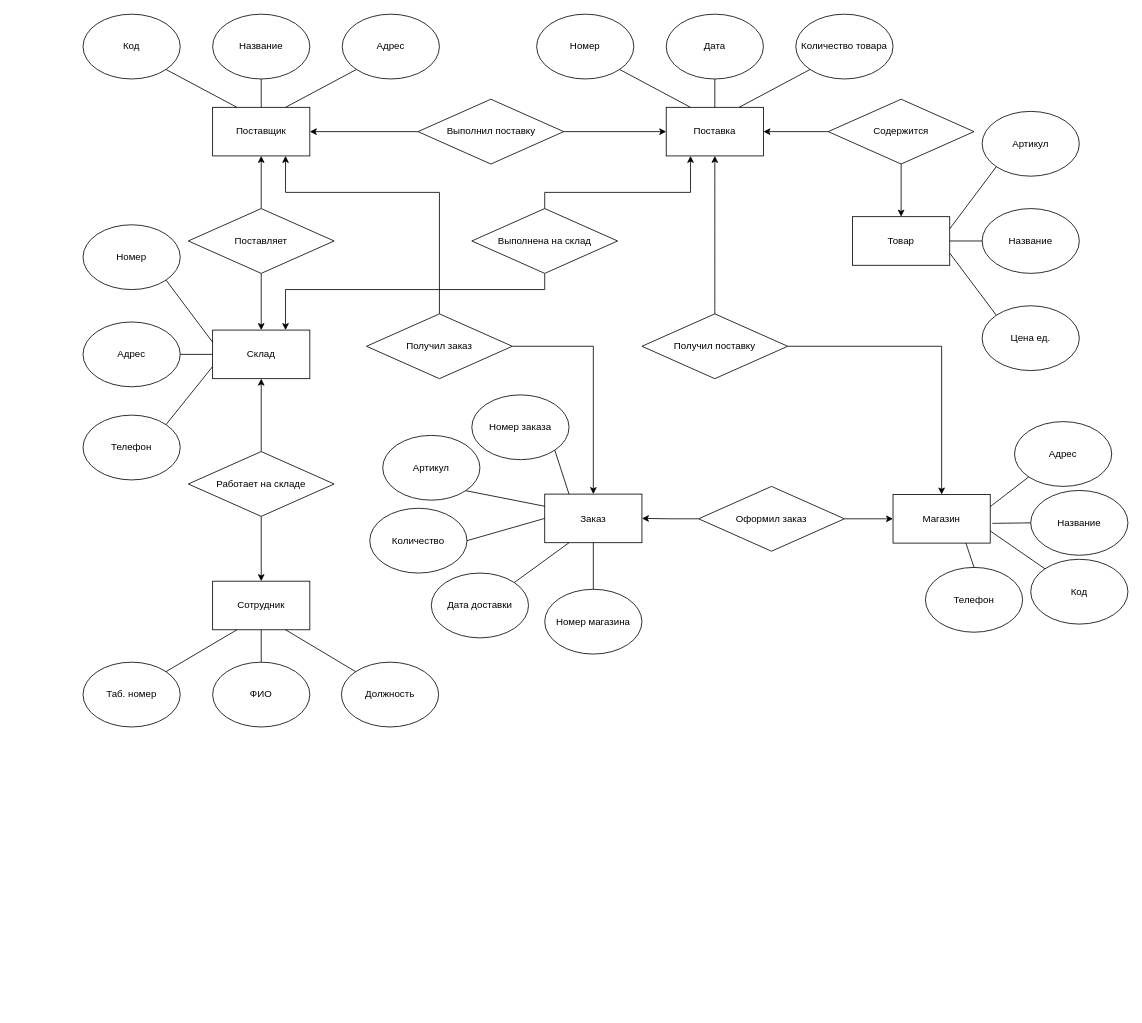
Earlier version of the draw.io diagram Untitled Diagram.drawio (polina-shimolina/OpenWeatherMap1). Source tidied: cells renumbered, new cells numbered last; positions are measured from the earlier drawing's top-left corner, leaving out a move shared by most shapes. Both pictures are drawn from the tidied source at 81%, with x=0, y=0 at pixel (83, 14).
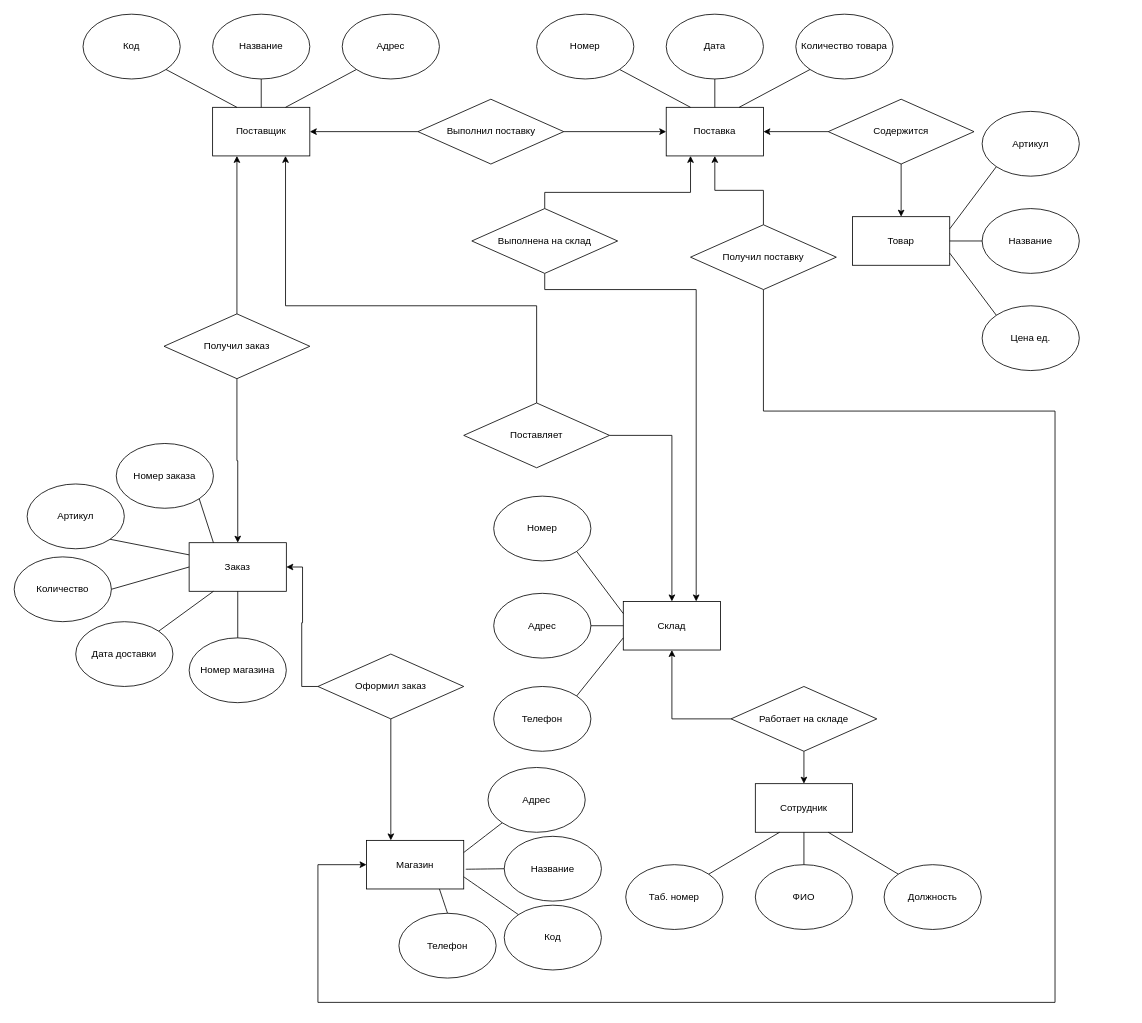
The same diagram, later.

Unchanged cells that the change refers to:
```xml
<mxCell id="6" value="Склад" style="rounded=0;whiteSpace=wrap;html=1;" parent="5" vertex="1">
  <mxGeometry x="160" y="130" width="120" height="60" as="geometry" />
</mxCell>
<mxCell id="20" value="Поставка" style="rounded=0;whiteSpace=wrap;html=1;" parent="19" vertex="1">
  <mxGeometry x="160" y="115" width="120" height="60" as="geometry" />
</mxCell>
<mxCell id="28" value="Поставщик" style="rounded=0;whiteSpace=wrap;html=1;" parent="27" vertex="1">
  <mxGeometry x="160" y="115" width="120" height="60" as="geometry" />
</mxCell>
<mxCell id="48" value="Выполнена на склад" style="rhombus;whiteSpace=wrap;html=1;" parent="1" vertex="1">
  <mxGeometry x="480" y="240" width="180" height="80" as="geometry" />
</mxCell>
<mxCell id="50" value="Магазин" style="rounded=0;whiteSpace=wrap;html=1;" parent="49" vertex="1">
  <mxGeometry y="90" width="120" height="60" as="geometry" />
</mxCell>
```

What changed in the source:
```diff
@@
     <mxCell id="5" style="group;" parent="1" vertex="1">
-      <mxGeometry y="260" width="320" height="315" as="geometry" />
+      <mxGeometry x="507" y="595" width="320" height="315" as="geometry" />
     </mxCell>
@@
+    <mxCell id="14" style="edgeStyle=orthogonalEdgeStyle;rounded=0;jettySize=auto;html=1;entryX=0.5;entryY=0;entryDx=0;entryDy=0;" parent="1" edge="1" source="15" target="6">
+      <mxGeometry relative="1" as="geometry" />
+    </mxCell>
-    <mxCell id="13" style="edgeStyle=orthogonalEdgeStyle;rounded=0;jettySize=auto;html=1;entryX=0.5;entryY=1;entryDx=0;entryDy=0;" parent="1" edge="1" source="15" target="28">
-      <mxGeometry relative="1" as="geometry" />
+    <mxCell id="13" style="edgeStyle=orthogonalEdgeStyle;rounded=0;jettySize=auto;html=1;entryX=0.75;entryY=1;entryDx=0;entryDy=0;exitX=0.5;exitY=0;exitDx=0;exitDy=0;" parent="1" edge="1" source="15" target="28">
+      <mxGeometry relative="1" as="geometry">
+        <Array as="points">
+          <mxPoint x="560" y="360" />
+          <mxPoint x="250" y="360" />
+        </Array>
+      </mxGeometry>
     </mxCell>
-    <mxCell id="14" style="edgeStyle=orthogonalEdgeStyle;rounded=0;jettySize=auto;html=1;entryX=0.5;entryY=0;entryDx=0;entryDy=0;" parent="1" edge="1" source="15" target="6">
-      <mxGeometry relative="1" as="geometry" />
-    </mxCell>
     <mxCell id="15" value="Поставляет" style="rhombus;whiteSpace=wrap;html=1;" parent="1" vertex="1">
-      <mxGeometry x="130" y="240" width="180" height="80" as="geometry" />
+      <mxGeometry x="470" y="480" width="180" height="80" as="geometry" />
     </mxCell>
@@
-    <mxCell id="17" style="edgeStyle=orthogonalEdgeStyle;rounded=0;jettySize=auto;html=1;entryX=0.75;entryY=1;entryDx=0;entryDy=0;" parent="1" edge="1" source="18" target="28">
-      <mxGeometry relative="1" as="geometry">
-        <Array as="points">
-          <mxPoint x="440" y="220" />
-          <mxPoint x="250" y="220" />
-        </Array>
-      </mxGeometry>
+    <mxCell id="17" style="edgeStyle=orthogonalEdgeStyle;rounded=0;jettySize=auto;html=1;entryX=0.25;entryY=1;entryDx=0;entryDy=0;" parent="1" edge="1" source="18" target="28">
+      <mxGeometry relative="1" as="geometry" />
     </mxCell>
     <mxCell id="18" value="Получил заказ" style="rhombus;whiteSpace=wrap;html=1;" parent="1" vertex="1">
-      <mxGeometry x="350" y="370" width="180" height="80" as="geometry" />
+      <mxGeometry x="100" y="370" width="180" height="80" as="geometry" />
     </mxCell>
@@
     <mxCell id="47" style="edgeStyle=orthogonalEdgeStyle;rounded=0;jettySize=auto;html=1;entryX=0.75;entryY=0;entryDx=0;entryDy=0;" parent="1" edge="1" source="48" target="6">
       <mxGeometry relative="1" as="geometry">
         <Array as="points">
           <mxPoint x="570" y="340" />
-          <mxPoint x="250" y="340" />
+          <mxPoint x="757" y="340" />
         </Array>
       </mxGeometry>
     </mxCell>
@@
     <mxCell id="49" style="group;" parent="1" vertex="1">
-      <mxGeometry x="1000" y="503" width="290" height="260" as="geometry" />
+      <mxGeometry x="350" y="930" width="290" height="260" as="geometry" />
     </mxCell>
@@
-    <mxCell id="59" style="edgeStyle=orthogonalEdgeStyle;curved=1;rounded=0;jettySize=auto;html=1;entryX=0.5;entryY=1;entryDx=0;entryDy=0;" parent="1" edge="1" source="61" target="20">
+    <mxCell id="59" style="edgeStyle=orthogonalEdgeStyle;rounded=0;jettySize=auto;html=1;entryX=0.5;entryY=1;entryDx=0;entryDy=0;" parent="1" edge="1" source="61" target="20">
       <mxGeometry relative="1" as="geometry" />
     </mxCell>
-    <mxCell id="60" style="edgeStyle=orthogonalEdgeStyle;rounded=0;jettySize=auto;html=1;entryX=0.5;entryY=0;entryDx=0;entryDy=0;" parent="1" edge="1" source="61" target="50">
-      <mxGeometry relative="1" as="geometry" />
+    <mxCell id="60" style="edgeStyle=orthogonalEdgeStyle;rounded=0;jettySize=auto;html=1;entryX=0;entryY=0.5;entryDx=0;entryDy=0;exitX=0.5;exitY=1;exitDx=0;exitDy=0;" parent="1" edge="1" source="61" target="50">
+      <mxGeometry relative="1" as="geometry">
+        <Array as="points">
+          <mxPoint x="840" y="490" />
+          <mxPoint x="1200" y="490" />
+          <mxPoint x="1200" y="1220" />
+          <mxPoint x="290" y="1220" />
+          <mxPoint x="290" y="1050" />
+        </Array>
+      </mxGeometry>
     </mxCell>
     <mxCell id="61" value="Получил поставку" style="rhombus;whiteSpace=wrap;html=1;" parent="1" vertex="1">
-      <mxGeometry x="690" y="370" width="180" height="80" as="geometry" />
+      <mxGeometry x="750" y="260" width="180" height="80" as="geometry" />
     </mxCell>
     <mxCell id="62" style="group;" parent="1" vertex="1">
-      <mxGeometry y="700" width="439" height="180" as="geometry" />
+      <mxGeometry x="670" y="950" width="439" height="180" as="geometry" />
     </mxCell>
@@
     <mxCell id="72" value="Работает на складе" style="rhombus;whiteSpace=wrap;html=1;" parent="1" vertex="1">
-      <mxGeometry x="130" y="540" width="180" height="80" as="geometry" />
+      <mxGeometry x="800" y="830" width="180" height="80" as="geometry" />
     </mxCell>
+    <mxCell id="85" style="edgeStyle=orthogonalEdgeStyle;rounded=0;jettySize=auto;html=1;entryX=1;entryY=0.5;entryDx=0;entryDy=0;" parent="1" edge="1" source="86" target="73">
+      <mxGeometry relative="1" as="geometry" />
+    </mxCell>
+    <mxCell id="84" style="edgeStyle=orthogonalEdgeStyle;rounded=0;jettySize=auto;html=1;entryX=0.25;entryY=0;entryDx=0;entryDy=0;" parent="1" edge="1" source="86" target="50">
+      <mxGeometry relative="1" as="geometry" />
+    </mxCell>
+    <mxCell id="86" value="Оформил заказ" style="rhombus;whiteSpace=wrap;html=1;" parent="1" vertex="1">
+      <mxGeometry x="290" y="790" width="180" height="80" as="geometry" />
+    </mxCell>
+    <mxCell id="87" style="group;" parent="1" vertex="1">
+      <mxGeometry x="-85" y="530" width="336" height="320" as="geometry" />
+    </mxCell>
-    <mxCell id="73" value="Заказ" style="rounded=0;whiteSpace=wrap;html=1;" parent="1" vertex="1">
-      <mxGeometry x="570" y="592.5" width="120" height="60" as="geometry" />
+    <mxCell id="73" value="Заказ" style="rounded=0;whiteSpace=wrap;html=1;" parent="87" vertex="1">
+      <mxGeometry x="216" y="122.5" width="120" height="60" as="geometry" />
     </mxCell>
-    <mxCell id="74" value="Артикул" style="ellipse;whiteSpace=wrap;html=1;" parent="1" vertex="1">
-      <mxGeometry x="370" y="520" width="120" height="80" as="geometry" />
+    <mxCell id="74" value="Артикул" style="ellipse;whiteSpace=wrap;html=1;" parent="87" vertex="1">
+      <mxGeometry x="16" y="50" width="120" height="80" as="geometry" />
     </mxCell>
-    <mxCell id="75" value="Номер заказа" style="ellipse;whiteSpace=wrap;html=1;" parent="1" vertex="1">
-      <mxGeometry x="480" y="470" width="120" height="80" as="geometry" />
+    <mxCell id="75" value="Номер заказа" style="ellipse;whiteSpace=wrap;html=1;" parent="87" vertex="1">
+      <mxGeometry x="126" width="120" height="80" as="geometry" />
     </mxCell>
-    <mxCell id="76" value="Количество" style="ellipse;whiteSpace=wrap;html=1;" parent="1" vertex="1">
-      <mxGeometry x="354" y="610" width="120" height="80" as="geometry" />
+    <mxCell id="76" value="Количество" style="ellipse;whiteSpace=wrap;html=1;" parent="87" vertex="1">
+      <mxGeometry y="140" width="120" height="80" as="geometry" />
     </mxCell>
-    <mxCell id="77" value="Номер магазина" style="ellipse;whiteSpace=wrap;html=1;" parent="1" vertex="1">
-      <mxGeometry x="570" y="710" width="120" height="80" as="geometry" />
+    <mxCell id="77" value="Номер магазина" style="ellipse;whiteSpace=wrap;html=1;" parent="87" vertex="1">
+      <mxGeometry x="216" y="240" width="120" height="80" as="geometry" />
     </mxCell>
-    <mxCell id="78" value="Дата доставки" style="ellipse;whiteSpace=wrap;html=1;" parent="1" vertex="1">
-      <mxGeometry x="430" y="690" width="120" height="80" as="geometry" />
+    <mxCell id="78" value="Дата доставки" style="ellipse;whiteSpace=wrap;html=1;" parent="87" vertex="1">
+      <mxGeometry x="76" y="220" width="120" height="80" as="geometry" />
     </mxCell>
-    <mxCell id="79" style="endArrow=none;html=1;rounded=0;entryX=1;entryY=1;entryDx=0;entryDy=0;exitX=0.25;exitY=0;exitDx=0;exitDy=0;" parent="1" edge="1" source="73" target="75">
-      <mxGeometry x="570" y="542.5" as="geometry" />
-    </mxCell>
-    <mxCell id="80" style="endArrow=none;html=1;rounded=0;entryX=1;entryY=1;entryDx=0;entryDy=0;exitX=0;exitY=0.25;exitDx=0;exitDy=0;" parent="1" edge="1" source="73" target="74">
-      <mxGeometry x="570" y="542.5" as="geometry" />
+    <mxCell id="80" style="endArrow=none;html=1;rounded=0;entryX=1;entryY=1;entryDx=0;entryDy=0;exitX=0;exitY=0.25;exitDx=0;exitDy=0;" parent="87" edge="1" source="73" target="74">
+      <mxGeometry x="216" y="-7.5" as="geometry" />
     </mxCell>
-    <mxCell id="81" style="endArrow=none;html=1;rounded=0;entryX=1;entryY=0.5;entryDx=0;entryDy=0;exitX=0;exitY=0.5;exitDx=0;exitDy=0;" parent="1" edge="1" source="73" target="76">
-      <mxGeometry x="570" y="542.5" as="geometry" />
+    <mxCell id="81" style="endArrow=none;html=1;rounded=0;entryX=1;entryY=0.5;entryDx=0;entryDy=0;exitX=0;exitY=0.5;exitDx=0;exitDy=0;" parent="87" edge="1" source="73" target="76">
+      <mxGeometry x="216" y="-7.5" as="geometry" />
     </mxCell>
-    <mxCell id="82" style="endArrow=none;html=1;rounded=0;entryX=0.5;entryY=0;entryDx=0;entryDy=0;exitX=0.5;exitY=1;exitDx=0;exitDy=0;" parent="1" edge="1" source="73" target="77">
-      <mxGeometry x="570" y="542.5" as="geometry" />
+    <mxCell id="82" style="endArrow=none;html=1;rounded=0;entryX=0.5;entryY=0;entryDx=0;entryDy=0;exitX=0.5;exitY=1;exitDx=0;exitDy=0;" parent="87" edge="1" source="73" target="77">
+      <mxGeometry x="216" y="-7.5" as="geometry" />
     </mxCell>
-    <mxCell id="83" style="endArrow=none;html=1;rounded=0;entryX=0.25;entryY=1;entryDx=0;entryDy=0;exitX=1;exitY=0;exitDx=0;exitDy=0;" parent="1" edge="1" source="78" target="73">
-      <mxGeometry x="570" y="542.5" as="geometry" />
+    <mxCell id="83" style="endArrow=none;html=1;rounded=0;entryX=0.25;entryY=1;entryDx=0;entryDy=0;exitX=1;exitY=0;exitDx=0;exitDy=0;" parent="87" edge="1" source="78" target="73">
+      <mxGeometry x="216" y="-7.5" as="geometry" />
     </mxCell>
-    <mxCell id="84" style="edgeStyle=orthogonalEdgeStyle;rounded=0;jettySize=auto;html=1;entryX=0;entryY=0.5;entryDx=0;entryDy=0;" parent="1" edge="1" source="86" target="50">
-      <mxGeometry relative="1" as="geometry" />
-    </mxCell>
-    <mxCell id="85" style="edgeStyle=orthogonalEdgeStyle;rounded=0;jettySize=auto;html=1;entryX=1;entryY=0.5;entryDx=0;entryDy=0;" parent="1" edge="1" source="86" target="73">
-      <mxGeometry relative="1" as="geometry" />
-    </mxCell>
-    <mxCell id="86" value="Оформил заказ" style="rhombus;whiteSpace=wrap;html=1;" parent="1" vertex="1">
-      <mxGeometry x="760" y="583" width="180" height="80" as="geometry" />
-    </mxCell>
+    <mxCell id="79" style="endArrow=none;html=1;rounded=0;entryX=1;entryY=1;entryDx=0;entryDy=0;exitX=0.25;exitY=0;exitDx=0;exitDy=0;" parent="87" edge="1" source="73" target="75">
+      <mxGeometry x="570" y="542.5" as="geometry" />
+    </mxCell>
```
